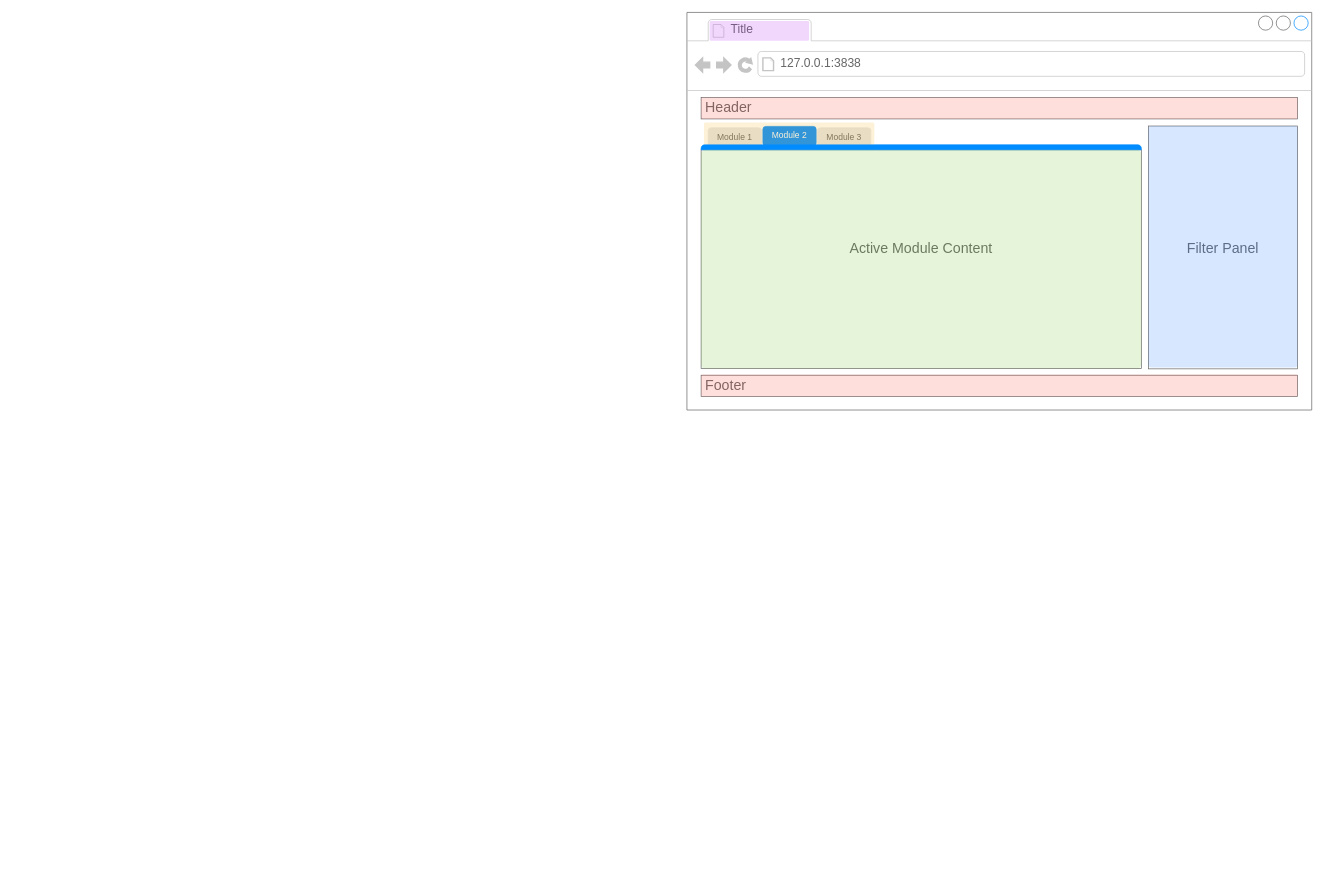
Before: inst/design/teal-app-components.drawio in cran/teal, a draw.io diagram. Source tidied: cells renumbered, new cells numbered last; positions are measured from the earlier drawing's top-left corner, leaving out a move shared by most shapes. Both pictures are drawn from the tidied source at 71%, with x=0, y=0 at pixel (687, 12).
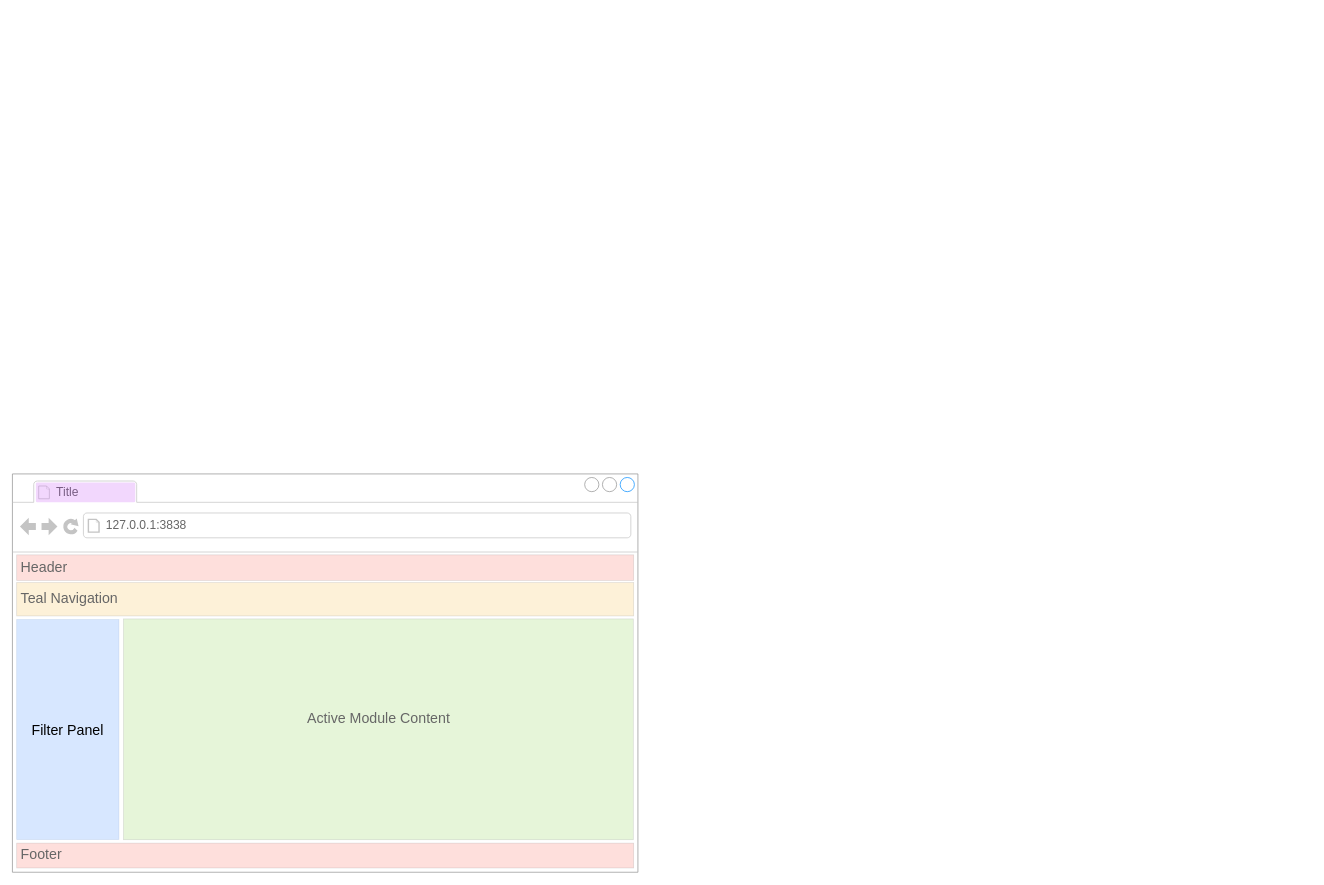
The same diagram, later.

What changed in the source:
```diff
@@
 <mxGraphModel>
   <root>
     <mxCell id="0" />
     <mxCell id="1" parent="0" />
-    <mxCell id="2" style="strokeWidth=1;shadow=0;dashed=0;align=center;html=1;shape=mxgraph.mockup.containers.browserWindow;rSize=0;strokeColor=#666666;strokeColor2=#008cff;strokeColor3=#c4c4c4;mainText=,;" parent="1" vertex="1">
-      <mxGeometry width="880" height="560" as="geometry" />
-    </mxCell>
-    <mxCell id="3" value="Title" style="strokeWidth=1;shadow=0;dashed=0;align=center;html=1;shape=mxgraph.mockup.containers.anchor;fontSize=17;fontColor=#666666;align=left;whiteSpace=wrap;" parent="1" vertex="1">
-      <mxGeometry x="60" y="12" width="110" height="26" as="geometry" />
-    </mxCell>
-    <mxCell id="4" value="127.0.0.1:3838" style="strokeWidth=1;shadow=0;dashed=0;align=center;html=1;shape=mxgraph.mockup.containers.anchor;rSize=0;fontSize=17;fontColor=#666666;align=left;" parent="1" vertex="1">
-      <mxGeometry x="130" y="60" width="250" height="26" as="geometry" />
-    </mxCell>
+    <mxCell id="14" style="strokeWidth=1;shadow=0;dashed=0;align=center;html=1;shape=mxgraph.mockup.containers.browserWindow;rSize=0;strokeColor=#919191;strokeColor2=#008cff;strokeColor3=#c4c4c4;mainText=,;fontStyle=1;" parent="1" vertex="1">
+      <mxGeometry x="-950" y="650" width="881" height="561" as="geometry" />
+    </mxCell>
+    <mxCell id="16" value="127.0.0.1:3838" style="strokeWidth=1;shadow=0;dashed=0;align=center;html=1;shape=mxgraph.mockup.containers.anchor;rSize=0;fontSize=17;fontColor=#666666;align=left;" parent="1" vertex="1">
+      <mxGeometry x="-820" y="710" width="250" height="26" as="geometry" />
+    </mxCell>
-    <mxCell id="5" value="&lt;font style=&quot;font-size: 20px;&quot;&gt;Header&lt;/font&gt;" style="strokeWidth=1;shadow=0;dashed=0;align=center;html=1;shape=mxgraph.mockup.text.textBox;fontColor=#666666;align=left;fontSize=17;spacingLeft=4;spacingTop=-3;whiteSpace=wrap;strokeColor=#666666;mainText=;" parent="1" vertex="1">
-      <mxGeometry x="20" y="120" width="840" height="30" as="geometry" />
+    <mxCell id="5" value="&lt;font style=&quot;font-size: 20px;&quot;&gt;Header&lt;/font&gt;" style="strokeWidth=1;shadow=0;dashed=0;align=center;html=1;shape=mxgraph.mockup.text.textBox;fontColor=#666666;align=left;fontSize=17;spacingLeft=4;spacingTop=-3;whiteSpace=wrap;strokeColor=#666666;mainText=;fillColor=#FB6251;opacity=20;" parent="1" vertex="1">
+      <mxGeometry x="-944" y="764" width="869" height="36" as="geometry" />
     </mxCell>
+    <mxCell id="19" value="&lt;font style=&quot;font-size: 20px;&quot;&gt;Teal Navigation&lt;/font&gt;" style="strokeWidth=1;shadow=0;dashed=0;align=center;html=1;shape=mxgraph.mockup.text.textBox;fontColor=#666666;align=left;fontSize=17;spacingLeft=4;spacingTop=-3;whiteSpace=wrap;strokeColor=#666666;mainText=;fillColor=#F2B73F;opacity=20;" parent="1" vertex="1">
+      <mxGeometry x="-944" y="803" width="869" height="47" as="geometry" />
+    </mxCell>
+    <mxCell id="12" value="Filter Panel" style="rounded=0;whiteSpace=wrap;html=1;strokeColor=#6c8ebf;fontSize=20;fillColor=light-dark(#3a88fe, #1d293b);fillStyle=solid;opacity=20;" parent="1" vertex="1">
+      <mxGeometry x="-944" y="855" width="144" height="310" as="geometry" />
+    </mxCell>
-    <mxCell id="6" value="&lt;font style=&quot;font-size: 20px;&quot;&gt;Footer&lt;/font&gt;" style="strokeWidth=1;shadow=0;dashed=0;align=center;html=1;shape=mxgraph.mockup.text.textBox;fontColor=#666666;align=left;fontSize=17;spacingLeft=4;spacingTop=-3;whiteSpace=wrap;strokeColor=#666666;mainText=;" parent="1" vertex="1">
-      <mxGeometry x="20" y="511" width="840" height="30" as="geometry" />
+    <mxCell id="6" value="&lt;font style=&quot;font-size: 20px;&quot;&gt;Footer&lt;/font&gt;" style="strokeWidth=1;shadow=0;dashed=0;align=center;html=1;shape=mxgraph.mockup.text.textBox;fontColor=#666666;align=left;fontSize=17;spacingLeft=4;spacingTop=-3;whiteSpace=wrap;strokeColor=#666666;mainText=;fillColor=#FB6251;opacity=20;" parent="1" vertex="1">
+      <mxGeometry x="-944" y="1170" width="869" height="35" as="geometry" />
     </mxCell>
-    <mxCell id="7" value="&lt;span style=&quot;color: rgb(102, 102, 102);&quot;&gt;&lt;font style=&quot;font-size: 20px;&quot;&gt;Active Module Content&lt;/font&gt;&lt;/span&gt;" style="strokeWidth=1;shadow=0;dashed=0;align=center;html=1;shape=mxgraph.mockup.containers.marginRect2;rectMarginTop=32;strokeColor=#666666;gradientColor=none;whiteSpace=wrap;fontSize=17;" parent="1" vertex="1">
-      <mxGeometry x="20" y="161.5" width="620" height="340" as="geometry" />
+    <mxCell id="7" value="&lt;span style=&quot;color: rgb(102, 102, 102);&quot;&gt;&lt;font style=&quot;font-size: 20px;&quot;&gt;Active Module Content&lt;/font&gt;&lt;/span&gt;" style="strokeWidth=1;shadow=0;dashed=0;align=center;html=1;shape=mxgraph.mockup.containers.marginRect2;rectMarginTop=32;strokeColor=#666666;gradientColor=none;whiteSpace=wrap;fontSize=17;fillColor=#83CC41;opacity=20;" parent="1" vertex="1">
+      <mxGeometry x="-793.5" y="822.2" width="718" height="343" as="geometry" />
     </mxCell>
-    <mxCell id="8" value="&lt;font color=&quot;#666666&quot;&gt;Module 1&lt;/font&gt;" style="rounded=1;whiteSpace=wrap;html=1;fontColor=#b04f4f;strokeColor=#E6E6E6;fillColor=#E6E6E6;" parent="1" vertex="1">
-      <mxGeometry x="30" y="162.5" width="75" height="27.5" as="geometry" />
-    </mxCell>
-    <mxCell id="9" value="&lt;font color=&quot;#ffffff&quot;&gt;Module 2&lt;/font&gt;" style="rounded=1;whiteSpace=wrap;html=1;fontColor=#b04f4f;strokeColor=#008cff;fillColor=#008cff;" parent="1" vertex="1">
-      <mxGeometry x="107" y="160.5" width="75" height="27.5" as="geometry" />
-    </mxCell>
-    <mxCell id="10" value="&lt;font color=&quot;#666666&quot;&gt;Module 3&lt;/font&gt;" style="rounded=1;whiteSpace=wrap;html=1;fontColor=#b04f4f;strokeColor=#E6E6E6;fillColor=#E6E6E6;" parent="1" vertex="1">
-      <mxGeometry x="184" y="162.5" width="75" height="27.5" as="geometry" />
-    </mxCell>
-    <mxCell id="11" style="strokeWidth=1;shadow=0;dashed=0;align=center;html=1;shape=mxgraph.mockup.containers.topButton;rSize=5;strokeColor=#008cff;fillColor=#008cff;gradientColor=none;" parent="1" vertex="1">
-      <mxGeometry x="20" y="186.5" width="620" height="7" as="geometry" />
-    </mxCell>
-    <mxCell id="12" value="Filter Panel" style="rounded=0;whiteSpace=wrap;html=1;strokeColor=#666666;fontSize=20;fontColor=#666666;fillColor=#FFFFFF;" parent="1" vertex="1">
-      <mxGeometry x="650" y="160" width="210" height="342" as="geometry" />
-    </mxCell>
-    <mxCell id="13" style="rounded=1;whiteSpace=wrap;html=1;fillColor=#BF37F3;gradientColor=none;opacity=20;strokeColor=none;arcSize=7;" parent="1" vertex="1">
-      <mxGeometry x="32" y="12" width="140" height="28" as="geometry" />
-    </mxCell>
-    <mxCell id="14" style="rounded=1;whiteSpace=wrap;html=1;fillColor=#FB6251;gradientColor=none;opacity=20;strokeColor=none;arcSize=7;" parent="1" vertex="1">
-      <mxGeometry x="20" y="510" width="840" height="31" as="geometry" />
-    </mxCell>
-    <mxCell id="15" style="rounded=1;whiteSpace=wrap;html=1;fillColor=#FB6251;gradientColor=none;opacity=20;strokeColor=none;arcSize=7;" parent="1" vertex="1">
-      <mxGeometry x="20" y="120" width="840" height="30" as="geometry" />
-    </mxCell>
-    <mxCell id="16" style="rounded=1;whiteSpace=wrap;html=1;fillColor=#f2b73f;opacity=20;strokeColor=none;arcSize=7;" parent="1" vertex="1">
-      <mxGeometry x="24" y="155" width="240" height="31" as="geometry" />
-    </mxCell>
-    <mxCell id="17" style="rounded=1;whiteSpace=wrap;html=1;fillColor=#83cc41;opacity=20;strokeColor=none;arcSize=2;" parent="1" vertex="1">
-      <mxGeometry x="20" y="193.5" width="620" height="308" as="geometry" />
-    </mxCell>
-    <mxCell id="18" style="rounded=1;whiteSpace=wrap;html=1;fillColor=#3A88FE;opacity=20;strokeColor=none;arcSize=2;" parent="1" vertex="1">
-      <mxGeometry x="650" y="160" width="210" height="340" as="geometry" />
-    </mxCell>
+    <mxCell id="3" value="Title" style="strokeWidth=1;shadow=0;dashed=0;align=center;html=1;shape=mxgraph.mockup.containers.anchor;fontSize=17;fontColor=#666666;align=left;whiteSpace=wrap;" parent="1" vertex="1">
+      <mxGeometry x="-890" y="663" width="110" height="26" as="geometry" />
+    </mxCell>
+    <mxCell id="20" style="rounded=1;whiteSpace=wrap;html=1;fillColor=#BF37F3;gradientColor=none;opacity=20;strokeColor=none;arcSize=7;" parent="1" vertex="1">
+      <mxGeometry x="-917" y="662" width="140" height="28" as="geometry" />
+    </mxCell>
   </root>
 </mxGraphModel>
```
